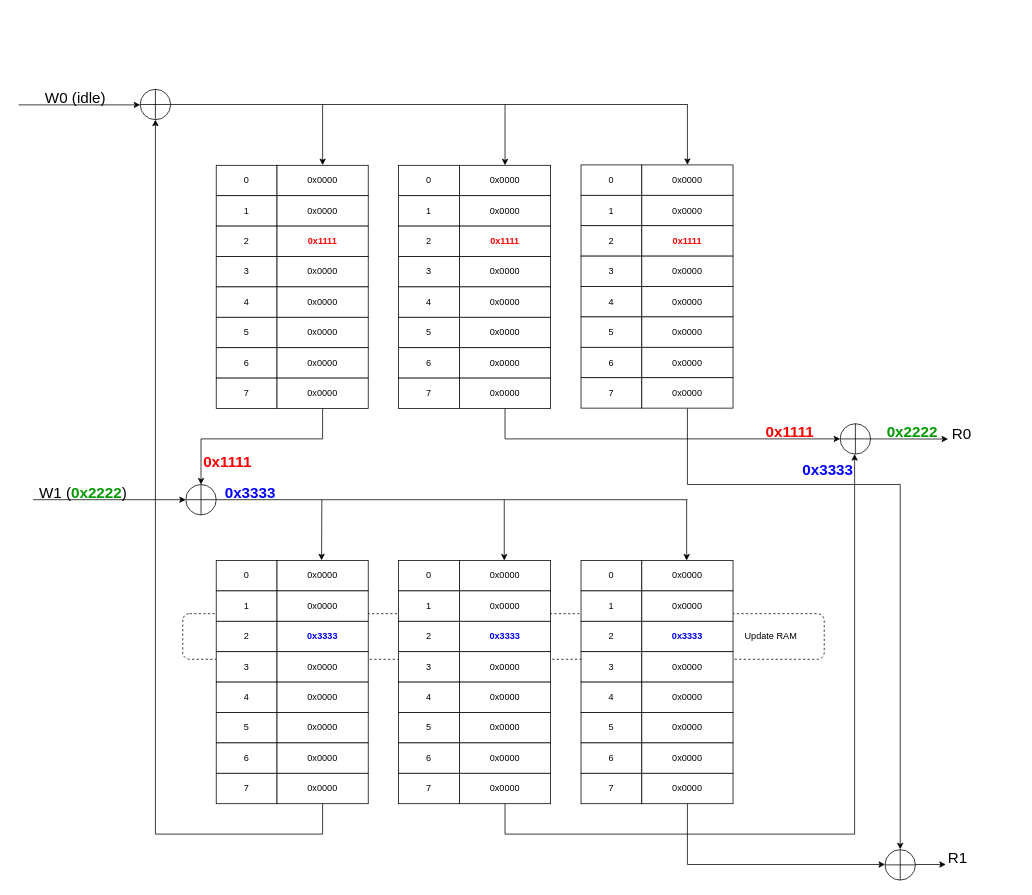
Above: page "2_read_ports" (6 of 7) of assets/multiport_memories/xor_memory.drawio in tomverbeure/tomverbeure.github.io (draw.io), before the change. Source tidied: cells renumbered, new cells numbered last; positions are measured from the earlier drawing's top-left corner, leaving out a move shared by most shapes. Both pictures are drawn from the tidied source at 76%, with x=0, y=0 at pixel (18, 89).
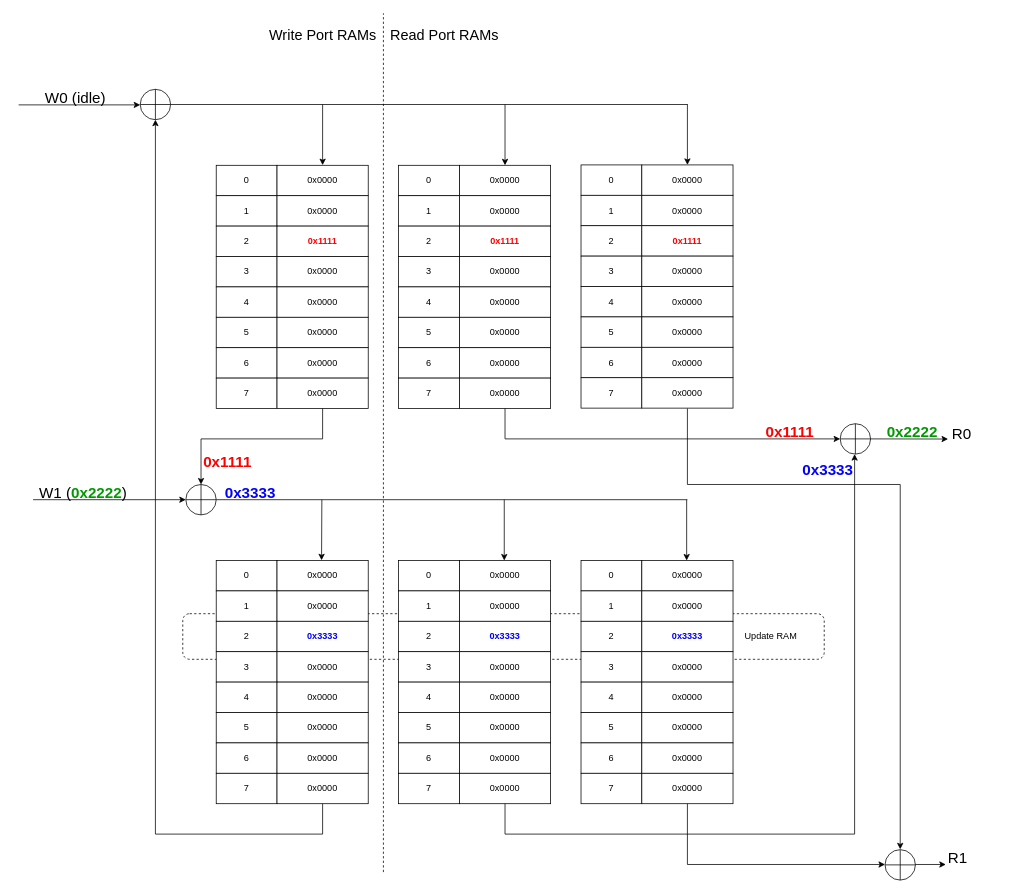
Above is the later version.

The edit, as a diff of the source:
```diff
@@
+    <mxCell id="154" style="group;" parent="1" vertex="1">
+      <mxGeometry x="320" y="-100" width="320" height="1130" as="geometry" />
+    </mxCell>
+    <mxCell id="155" style="endArrow=none;dashed=1;html=1;" parent="154" edge="1">
+      <mxGeometry relative="1" as="geometry">
+        <mxPoint x="160" y="1130" as="sourcePoint" />
+        <mxPoint x="160" as="targetPoint" />
+      </mxGeometry>
+    </mxCell>
+    <mxCell id="156" value="&lt;font style=&quot;font-size: 19px&quot;&gt;Write Port RAMs&lt;/font&gt;" style="text;html=1;align=center;verticalAlign=middle;fillColor=none;strokeColor=none;rounded=0;" parent="154" vertex="1">
+      <mxGeometry y="20" width="160" height="20" as="geometry" />
+    </mxCell>
+    <mxCell id="157" value="&lt;font style=&quot;font-size: 19px&quot;&gt;Read Port RAMs&lt;/font&gt;" style="text;html=1;align=center;verticalAlign=middle;fillColor=none;strokeColor=none;rounded=0;" parent="154" vertex="1">
+      <mxGeometry x="160" y="20" width="160" height="20" as="geometry" />
+    </mxCell>
```
